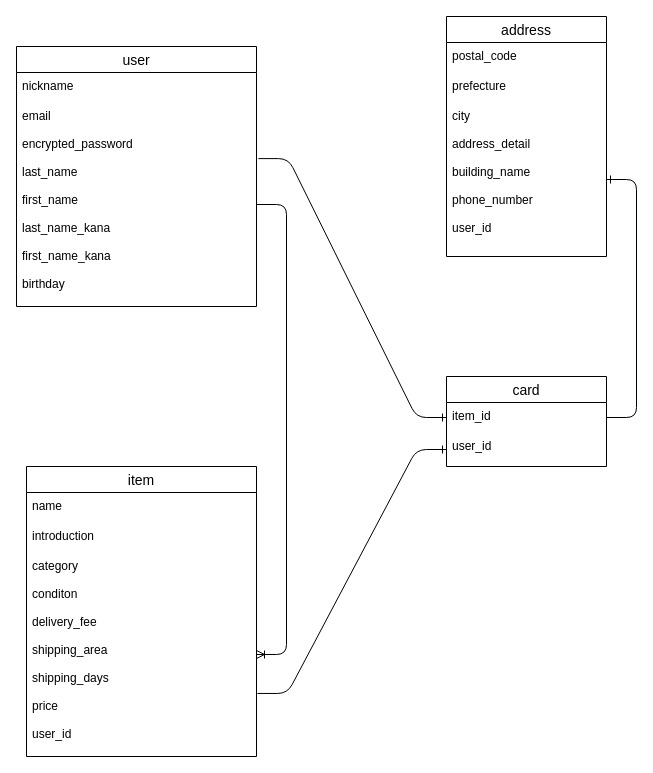
motsu3/furima-36183 keeps this draw.io diagram as ER.dio. Above is the earlier version. Source tidied: cells renumbered, new cells numbered last; positions are measured from the earlier drawing's top-left corner, leaving out a move shared by most shapes. Both pictures are drawn from the tidied source at 100%, with x=0, y=0 at pixel (16, 16).
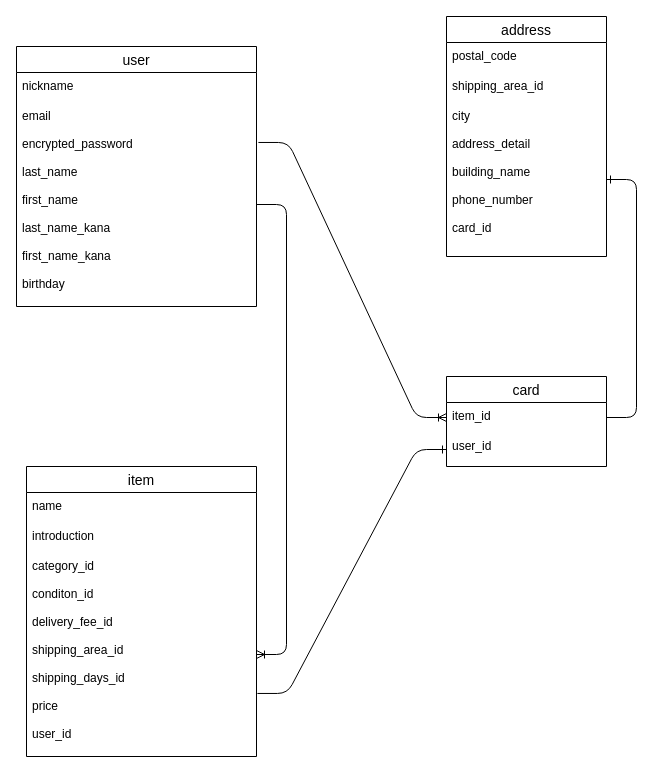
The same page after the edit.

Commit message (it also covers changes not shown here):
DB設計の修正

What changed in the source:
```diff
@@
 <mxGraphModel>
   <root>
     <mxCell id="0" />
     <mxCell id="1" parent="0" />
     <mxCell id="2" value="user" style="swimlane;fontStyle=0;horizontal=1;startSize=26;align=center;fontSize=14;" parent="1" vertex="1">
       <mxGeometry y="30" width="240" height="260" as="geometry" />
     </mxCell>
     <mxCell id="3" value="nickname&#10;&#10;&#10;" style="text;strokeColor=none;fillColor=none;spacingLeft=4;spacingRight=4;overflow=hidden;fontSize=12;" parent="2" vertex="1">
       <mxGeometry y="26" width="240" height="30" as="geometry" />
     </mxCell>
     <mxCell id="4" value="email&#10;&#10;encrypted_password&#10;&#10;last_name&#10;&#10;first_name&#10;&#10;last_name_kana&#10;&#10;first_name_kana&#10;&#10;birthday&#10;&#10;" style="text;strokeColor=none;fillColor=none;spacingLeft=4;spacingRight=4;overflow=hidden;points=[[0,0.5],[1,0.5]];portConstraint=eastwest;fontSize=12;" parent="2" vertex="1">
       <mxGeometry y="56" width="240" height="204" as="geometry" />
     </mxCell>
     <mxCell id="5" value="item" style="swimlane;fontStyle=0;horizontal=1;startSize=26;align=center;fontSize=14;" parent="1" vertex="1">
       <mxGeometry x="10" y="450" width="230" height="290" as="geometry" />
     </mxCell>
     <mxCell id="6" value="name&#10;&#10;" style="text;strokeColor=none;fillColor=none;spacingLeft=4;spacingRight=4;overflow=hidden;fontSize=12;" parent="5" vertex="1">
       <mxGeometry y="26" width="230" height="30" as="geometry" />
     </mxCell>
     <mxCell id="7" value="introduction" style="text;strokeColor=none;fillColor=none;spacingLeft=4;spacingRight=4;overflow=hidden;fontSize=12;" parent="5" vertex="1">
       <mxGeometry y="56" width="230" height="30" as="geometry" />
     </mxCell>
-    <mxCell id="8" value="category&#10;&#10;conditon&#10;&#10;delivery_fee&#10;&#10;shipping_area&#10;&#10;shipping_days&#10;&#10;price&#10;&#10;user_id" style="text;strokeColor=none;fillColor=none;spacingLeft=4;spacingRight=4;overflow=hidden;points=[[0,0.5],[1,0.5]];portConstraint=eastwest;fontSize=12;" parent="5" vertex="1">
+    <mxCell id="8" value="category_id&#10;&#10;conditon_id&#10;&#10;delivery_fee_id&#10;&#10;shipping_area_id&#10;&#10;shipping_days_id&#10;&#10;price&#10;&#10;user_id" style="text;strokeColor=none;fillColor=none;spacingLeft=4;spacingRight=4;overflow=hidden;points=[[0,0.5],[1,0.5]];portConstraint=eastwest;fontSize=12;" parent="5" vertex="1">
       <mxGeometry y="86" width="230" height="204" as="geometry" />
     </mxCell>
     <mxCell id="9" style="edgeStyle=entityRelationEdgeStyle;fontSize=12;html=1;endArrow=ERoneToMany;" parent="1" edge="1" source="4" target="8">
       <mxGeometry relative="1" as="geometry" />
     </mxCell>
     <mxCell id="10" value="address" style="swimlane;fontStyle=0;horizontal=1;startSize=26;align=center;fontSize=14;" parent="1" vertex="1">
       <mxGeometry x="430" width="160" height="240" as="geometry" />
     </mxCell>
     <mxCell id="11" value="postal_code" style="text;strokeColor=none;fillColor=none;spacingLeft=4;spacingRight=4;overflow=hidden;fontSize=12;" parent="10" vertex="1">
       <mxGeometry y="26" width="160" height="30" as="geometry" />
     </mxCell>
-    <mxCell id="12" value="prefecture" style="text;strokeColor=none;fillColor=none;spacingLeft=4;spacingRight=4;overflow=hidden;fontSize=12;" parent="10" vertex="1">
+    <mxCell id="12" value="shipping_area_id" style="text;strokeColor=none;fillColor=none;spacingLeft=4;spacingRight=4;overflow=hidden;fontSize=12;" parent="10" vertex="1">
       <mxGeometry y="56" width="160" height="30" as="geometry" />
     </mxCell>
-    <mxCell id="13" value="city&#10;&#10;address_detail&#10;&#10;building_name&#10;&#10;phone_number&#10;&#10;user_id&#10;" style="text;strokeColor=none;fillColor=none;spacingLeft=4;spacingRight=4;overflow=hidden;points=[[0,0.5],[1,0.5]];portConstraint=eastwest;fontSize=12;" parent="10" vertex="1">
+    <mxCell id="13" value="city&#10;&#10;address_detail&#10;&#10;building_name&#10;&#10;phone_number&#10;&#10;card_id&#10;" style="text;strokeColor=none;fillColor=none;spacingLeft=4;spacingRight=4;overflow=hidden;points=[[0,0.5],[1,0.5]];portConstraint=eastwest;fontSize=12;" parent="10" vertex="1">
       <mxGeometry y="86" width="160" height="154" as="geometry" />
     </mxCell>
     <mxCell id="14" value="card" style="swimlane;fontStyle=0;horizontal=1;startSize=26;align=center;fontSize=14;" parent="1" vertex="1">
       <mxGeometry x="430" y="360" width="160" height="90" as="geometry" />
     </mxCell>
     <mxCell id="15" value="item_id" style="text;strokeColor=none;fillColor=none;spacingLeft=4;spacingRight=4;overflow=hidden;points=[[0,0.5],[1,0.5]];portConstraint=eastwest;fontSize=12;" parent="14" vertex="1">
       <mxGeometry y="26" width="160" height="30" as="geometry" />
     </mxCell>
     <mxCell id="16" value="user_id" style="text;strokeColor=none;fillColor=none;spacingLeft=4;spacingRight=4;overflow=hidden;points=[[0,0.5],[1,0.5]];portConstraint=eastwest;fontSize=12;" parent="14" vertex="1">
       <mxGeometry y="56" width="160" height="34" as="geometry" />
     </mxCell>
     <mxCell id="17" style="edgeStyle=entityRelationEdgeStyle;fontSize=12;html=1;endArrow=ERone;endFill=1;exitX=1;exitY=0.5;exitDx=0;exitDy=0;" parent="1" edge="1" source="15" target="13">
       <mxGeometry relative="1" as="geometry" />
     </mxCell>
+    <mxCell id="19" style="edgeStyle=entityRelationEdgeStyle;fontSize=12;html=1;endArrow=ERone;endFill=1;exitX=1.004;exitY=0.691;exitDx=0;exitDy=0;exitPerimeter=0;entryX=0;entryY=0.5;entryDx=0;entryDy=0;" parent="1" edge="1" source="8" target="16">
+      <mxGeometry relative="1" as="geometry" />
+    </mxCell>
-    <mxCell id="18" style="edgeStyle=entityRelationEdgeStyle;fontSize=12;html=1;endArrow=ERone;endFill=1;entryX=0;entryY=0.5;entryDx=0;entryDy=0;exitX=1.008;exitY=0.275;exitDx=0;exitDy=0;exitPerimeter=0;" parent="1" edge="1" source="4" target="15">
+    <mxCell id="18" style="edgeStyle=entityRelationEdgeStyle;fontSize=12;html=1;endArrow=ERoneToMany;exitX=1.008;exitY=0.196;exitDx=0;exitDy=0;exitPerimeter=0;entryX=0;entryY=0.5;entryDx=0;entryDy=0;" parent="1" edge="1" source="4" target="15">
       <mxGeometry relative="1" as="geometry" />
     </mxCell>
-    <mxCell id="19" style="edgeStyle=entityRelationEdgeStyle;fontSize=12;html=1;endArrow=ERone;endFill=1;exitX=1.004;exitY=0.691;exitDx=0;exitDy=0;exitPerimeter=0;entryX=0;entryY=0.5;entryDx=0;entryDy=0;" parent="1" edge="1" source="8" target="16">
-      <mxGeometry relative="1" as="geometry" />
-    </mxCell>
   </root>
 </mxGraphModel>
```
